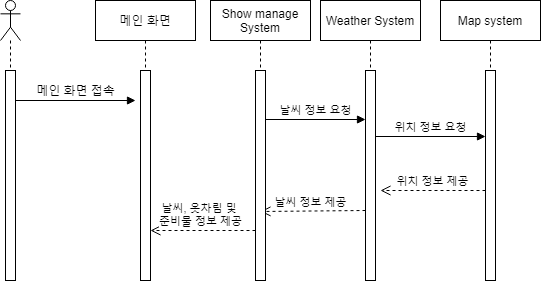
The draw.io diagram Untitled Diagram.png in kong430/Moning-diagram, before a commit. Source tidied: cells renumbered, new cells last; positions are measured from the earlier drawing's top-left corner, leaving out a move shared by most shapes.
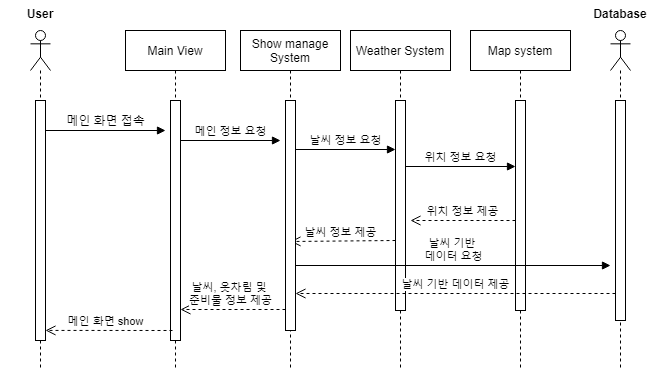
After the change.

What changed in the source:
```diff
@@ -2,8 +2,14 @@
   <root>
     <mxCell id="0" />
     <mxCell id="1" parent="0" />
+    <mxCell id="20" value="Show manage System" style="shape=umlLifeline;perimeter=lifelinePerimeter;whiteSpace=wrap;html=1;" parent="1" vertex="1">
+      <mxGeometry x="210" width="100" height="340" as="geometry" />
+    </mxCell>
+    <mxCell id="4" style="shape=umlLifeline;participant=umlActor;perimeter=lifelinePerimeter;whiteSpace=wrap;html=1;verticalAlign=top;spacingTop=36;" parent="1" vertex="1">
+      <mxGeometry width="20" height="340" as="geometry" />
+    </mxCell>
     <mxCell id="2" style="html=1;points=[];perimeter=orthogonalPerimeter;direction=east;" parent="1" vertex="1">
-      <mxGeometry x="5" y="70" width="10" height="210" as="geometry" />
+      <mxGeometry x="5" y="70" width="10" height="240" as="geometry" />
     </mxCell>
     <mxCell id="3" style="html=1;verticalAlign=bottom;endArrow=block;" parent="1" edge="1">
       <mxGeometry relative="1" as="geometry">
@@ -11,22 +17,14 @@
         <mxPoint x="135" y="100" as="targetPoint" />
       </mxGeometry>
     </mxCell>
-    <mxCell id="4" style="shape=umlLifeline;participant=umlActor;perimeter=lifelinePerimeter;whiteSpace=wrap;html=1;verticalAlign=top;spacingTop=36;" parent="1" vertex="1">
-      <mxGeometry width="20" height="70" as="geometry" />
-    </mxCell>
     <mxCell id="5" value="메인 화면 접속" style="text;html=1;align=center;verticalAlign=middle;" parent="1" vertex="1">
       <mxGeometry x="30" y="80" width="90" height="20" as="geometry" />
     </mxCell>
-    <mxCell id="6" style="edgeStyle=orthogonalEdgeStyle;rounded=0;jettySize=auto;html=1;" parent="1" edge="1" source="7">
-      <mxGeometry relative="1" as="geometry">
-        <mxPoint x="144.5" y="190" as="targetPoint" />
-      </mxGeometry>
-    </mxCell>
-    <mxCell id="7" value="메인 화면" style="shape=umlLifeline;perimeter=lifelinePerimeter;whiteSpace=wrap;html=1;outlineConnect=0;" parent="1" vertex="1">
-      <mxGeometry x="95" width="100" height="70" as="geometry" />
+    <mxCell id="7" value="Main View" style="shape=umlLifeline;perimeter=lifelinePerimeter;whiteSpace=wrap;html=1;outlineConnect=0;" parent="1" vertex="1">
+      <mxGeometry x="95" width="100" height="340" as="geometry" />
     </mxCell>
     <mxCell id="8" style="html=1;perimeter=orthogonalPerimeter;" parent="1" vertex="1">
-      <mxGeometry x="140" y="70" width="10" height="210" as="geometry" />
+      <mxGeometry x="140" y="70" width="10" height="240" as="geometry" />
     </mxCell>
     <mxCell id="9" value="날씨 정보 요청" style="html=1;verticalAlign=bottom;endArrow=block;" parent="1" edge="1">
       <mxGeometry relative="1" as="geometry">
@@ -40,19 +38,14 @@
         <mxPoint x="380" y="190" as="targetPoint" />
       </mxGeometry>
     </mxCell>
-    <mxCell id="11" style="edgeStyle=orthogonalEdgeStyle;rounded=0;jettySize=auto;html=1;" parent="1" edge="1" source="12">
-      <mxGeometry relative="1" as="geometry">
-        <mxPoint x="369.5" y="190" as="targetPoint" />
-      </mxGeometry>
-    </mxCell>
     <mxCell id="12" value="Weather System" style="shape=umlLifeline;perimeter=lifelinePerimeter;whiteSpace=wrap;html=1;outlineConnect=0;" parent="1" vertex="1">
-      <mxGeometry x="320" width="100" height="70" as="geometry" />
+      <mxGeometry x="320" width="100" height="340" as="geometry" />
     </mxCell>
     <mxCell id="13" style="html=1;perimeter=orthogonalPerimeter;" parent="1" vertex="1">
       <mxGeometry x="365" y="70" width="10" height="210" as="geometry" />
     </mxCell>
     <mxCell id="14" value="Map system" style="shape=umlLifeline;perimeter=lifelinePerimeter;whiteSpace=wrap;html=1;" parent="1" vertex="1">
-      <mxGeometry x="440" width="100" height="70" as="geometry" />
+      <mxGeometry x="440" width="100" height="340" as="geometry" />
     </mxCell>
     <mxCell id="15" style="html=1;perimeter=orthogonalPerimeter;" parent="1" vertex="1">
       <mxGeometry x="485" y="70" width="10" height="210" as="geometry" />
@@ -71,15 +64,47 @@
     </mxCell>
     <mxCell id="18" value="날씨, 옷차림 및 &lt;br&gt;준비물 정보 제공" style="html=1;verticalAlign=bottom;endArrow=open;dashed=1;endSize=8;" parent="1" edge="1">
       <mxGeometry x="0.05" relative="1" as="geometry">
-        <mxPoint x="255" y="230" as="sourcePoint" />
-        <mxPoint x="150" y="230" as="targetPoint" />
+        <mxPoint x="255" y="279" as="sourcePoint" />
+        <mxPoint x="150" y="279" as="targetPoint" />
       </mxGeometry>
     </mxCell>
     <mxCell id="19" style="html=1;perimeter=orthogonalPerimeter;" parent="1" vertex="1">
-      <mxGeometry x="255" y="70" width="10" height="210" as="geometry" />
+      <mxGeometry x="255" y="70" width="10" height="230" as="geometry" />
     </mxCell>
-    <mxCell id="20" value="Show manage System" style="shape=umlLifeline;perimeter=lifelinePerimeter;whiteSpace=wrap;html=1;" parent="1" vertex="1">
-      <mxGeometry x="210" width="100" height="70" as="geometry" />
-    </mxCell>
+    <mxCell id="21" style="shape=umlLifeline;participant=umlActor;perimeter=lifelinePerimeter;whiteSpace=wrap;html=1;verticalAlign=top;spacingTop=36;" parent="1" vertex="1">
+      <mxGeometry x="580" width="20" height="340" as="geometry" />
+    </mxCell>
+    <mxCell id="22" style="html=1;perimeter=orthogonalPerimeter;direction=east;" parent="1" vertex="1">
+      <mxGeometry x="585" y="70" width="10" height="220" as="geometry" />
+    </mxCell>
+    <mxCell id="23" value="User" style="text;align=center;fontStyle=1;verticalAlign=middle;spacingLeft=3;spacingRight=3;strokeColor=none;" parent="1" vertex="1">
+      <mxGeometry x="-30" y="-30" width="80" height="26" as="geometry" />
+    </mxCell>
+    <mxCell id="24" value="Database" style="text;align=center;fontStyle=1;verticalAlign=middle;spacingLeft=3;spacingRight=3;strokeColor=none;" parent="1" vertex="1">
+      <mxGeometry x="550" y="-30" width="80" height="26" as="geometry" />
+    </mxCell>
+    <mxCell id="25" value="날씨 기반 &lt;br&gt;데이터 요청" style="html=1;verticalAlign=bottom;endArrow=block;" parent="1" edge="1">
+      <mxGeometry relative="1" as="geometry">
+        <mxPoint x="265" y="235" as="sourcePoint" />
+        <mxPoint x="580" y="235" as="targetPoint" />
+      </mxGeometry>
+    </mxCell>
+    <mxCell id="26" value="날씨 기반 데이터 제공" style="html=1;verticalAlign=bottom;endArrow=open;dashed=1;endSize=8;" parent="1" edge="1">
+      <mxGeometry relative="1" as="geometry">
+        <mxPoint x="585" y="263" as="sourcePoint" />
+        <mxPoint x="265" y="263" as="targetPoint" />
+      </mxGeometry>
+    </mxCell>
+    <mxCell id="27" value="메인 화면 show" style="html=1;verticalAlign=bottom;endArrow=open;dashed=1;endSize=8;entryX=1;entryY=0.958;entryDx=0;entryDy=0;entryPerimeter=0;" parent="1" edge="1" target="2">
+      <mxGeometry x="0.05" relative="1" as="geometry">
+        <mxPoint x="142" y="300" as="sourcePoint" />
+      </mxGeometry>
+    </mxCell>
+    <mxCell id="28" value="메인 정보 요청" style="html=1;verticalAlign=bottom;endArrow=block;" parent="1" edge="1">
+      <mxGeometry relative="1" as="geometry">
+        <mxPoint x="150" y="110" as="sourcePoint" />
+        <mxPoint x="250" y="110" as="targetPoint" />
+      </mxGeometry>
+    </mxCell>
   </root>
 </mxGraphModel>
```
